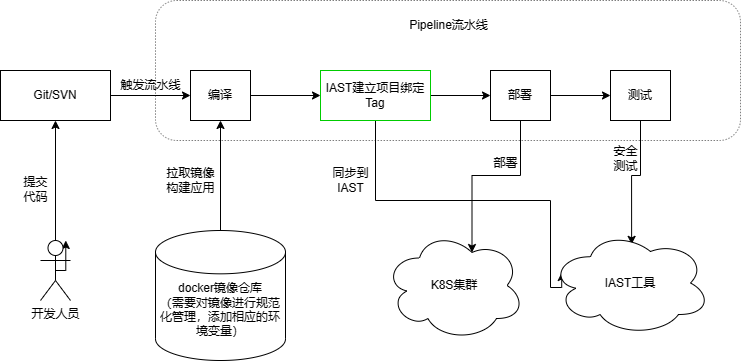
Before: k8s.png, a diagram exported from draw.io (coutcin-xw/FlowChart). Source tidied: cells renumbered, new cells last; positions are measured from the earlier drawing's top-left corner, leaving out a move shared by most shapes.
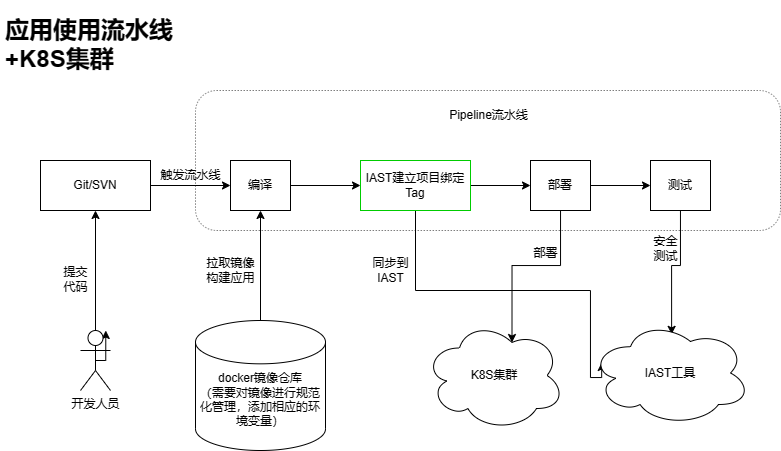
The same file after the commit.

The edit, as a diff of the source:
```diff
@@ -91,5 +91,8 @@
     <mxCell id="28" value="触发流水线" style="text;html=1;align=center;verticalAlign=middle;strokeColor=none;fillColor=none;" parent="1" vertex="1">
       <mxGeometry x="110" y="70" width="80" height="30" as="geometry" />
     </mxCell>
+    <mxCell id="29" value="&lt;h1&gt;应用使用流水线+K8S集群&lt;/h1&gt;" style="text;html=1;strokeColor=none;fillColor=none;spacing=5;spacingTop=-20;whiteSpace=wrap;overflow=hidden;rounded=0;" parent="1" vertex="1">
+      <mxGeometry x="-40" y="-80" width="190" height="120" as="geometry" />
+    </mxCell>
   </root>
 </mxGraphModel>
```
